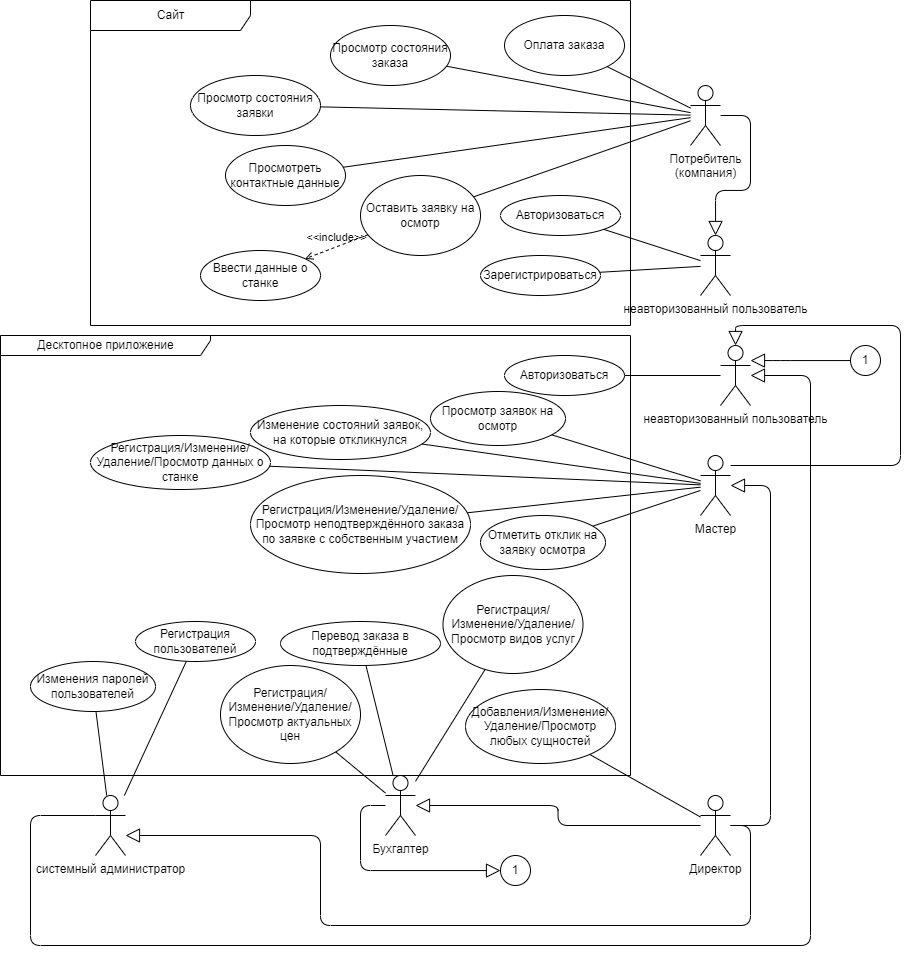
The draw.io diagram UML_USECASE_diag.png in jecsonM/TRPO4course-, before a commit. Source tidied: cells renumbered, new cells last; positions are measured from the earlier drawing's top-left corner, leaving out a move shared by most shapes.
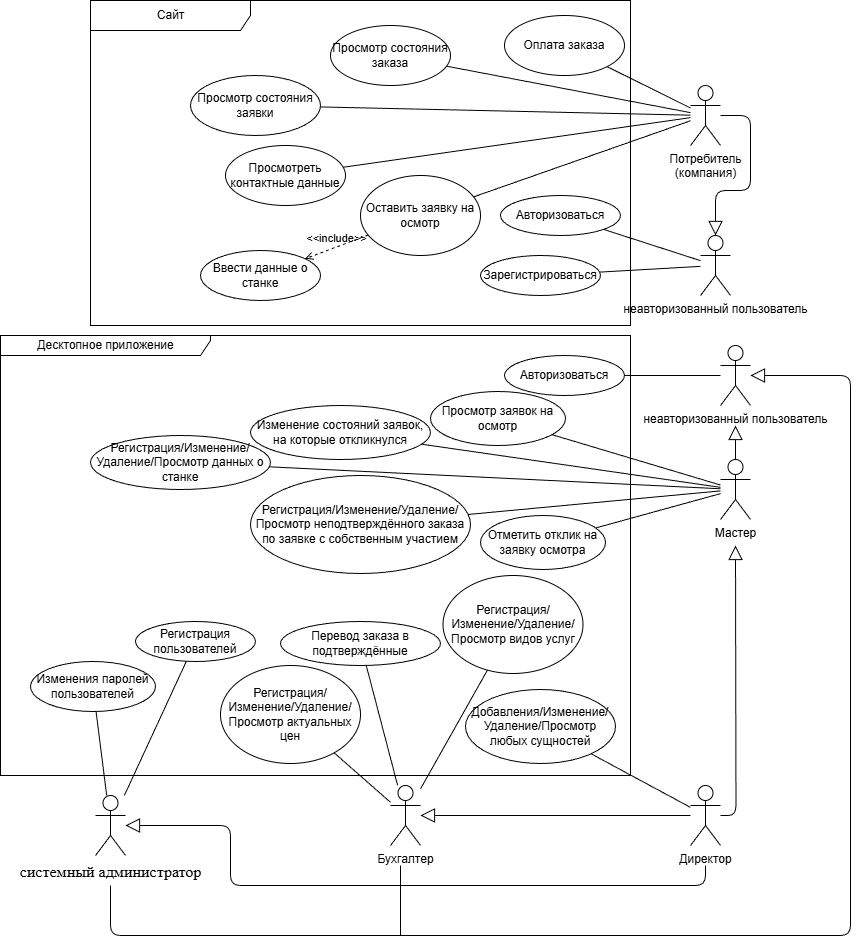
After the change.

What changed in the source:
```diff
@@ -72,7 +72,7 @@
       <mxGeometry relative="1" as="geometry" />
     </mxCell>
     <mxCell id="25" value="Мастер" style="shape=umlActor;verticalLabelPosition=bottom;verticalAlign=top;html=1;" parent="1" vertex="1">
-      <mxGeometry x="700" y="455" width="30" height="60" as="geometry" />
+      <mxGeometry x="720" y="459" width="30" height="60" as="geometry" />
     </mxCell>
     <mxCell id="26" style="edgeStyle=none;html=1;endArrow=none;endFill=0;" parent="1" edge="1" source="28" target="29">
       <mxGeometry relative="1" as="geometry" />
@@ -111,7 +111,7 @@
       <mxGeometry relative="1" as="geometry" />
     </mxCell>
     <mxCell id="38" value="Бухгалтер" style="shape=umlActor;verticalLabelPosition=bottom;verticalAlign=top;html=1;" parent="1" vertex="1">
-      <mxGeometry x="385" y="775" width="30" height="60" as="geometry" />
+      <mxGeometry x="390" y="785" width="30" height="60" as="geometry" />
     </mxCell>
     <mxCell id="39" value="&lt;span style=&quot;&quot;&gt;Перевод заказа в подтверждённые&lt;/span&gt;" style="ellipse;whiteSpace=wrap;html=1;fillColor=none;" parent="1" vertex="1">
       <mxGeometry x="280" y="621" width="160" height="44" as="geometry" />
@@ -144,27 +144,24 @@
       <mxGeometry relative="1" as="geometry" />
     </mxCell>
     <mxCell id="49" value="&lt;span&gt;Директор&lt;/span&gt;" style="shape=umlActor;verticalLabelPosition=bottom;verticalAlign=top;html=1;" parent="1" vertex="1">
-      <mxGeometry x="700" y="795" width="30" height="60" as="geometry" />
+      <mxGeometry x="690" y="785" width="30" height="60" as="geometry" />
     </mxCell>
-    <mxCell id="50" style="edgeStyle=orthogonalEdgeStyle;html=1;endSize=12;endArrow=block;endFill=0;" parent="1" edge="1" source="49" target="28">
+    <mxCell id="50" style="edgeStyle=orthogonalEdgeStyle;html=1;endSize=12;endArrow=block;endFill=0;" parent="1" edge="1" target="28">
       <mxGeometry relative="1" as="geometry">
+        <mxPoint x="705" y="865" as="sourcePoint" />
         <Array as="points">
-          <mxPoint x="750" y="825" />
-          <mxPoint x="750" y="925" />
-          <mxPoint x="320" y="925" />
-          <mxPoint x="320" y="835" />
+          <mxPoint x="705" y="885" />
+          <mxPoint x="230" y="885" />
+          <mxPoint x="230" y="825" />
         </Array>
       </mxGeometry>
     </mxCell>
     <mxCell id="51" style="edgeStyle=orthogonalEdgeStyle;html=1;endSize=12;endArrow=block;endFill=0;" parent="1" edge="1" source="49" target="38">
       <mxGeometry relative="1" as="geometry" />
     </mxCell>
-    <mxCell id="52" style="edgeStyle=orthogonalEdgeStyle;html=1;endSize=12;endArrow=block;endFill=0;" parent="1" edge="1" source="49" target="25">
+    <mxCell id="52" style="edgeStyle=orthogonalEdgeStyle;html=1;endSize=12;endArrow=block;endFill=0;" parent="1" edge="1" source="49">
       <mxGeometry relative="1" as="geometry">
-        <Array as="points">
-          <mxPoint x="770" y="825" />
-          <mxPoint x="770" y="485" />
-        </Array>
+        <mxPoint x="735" y="545" as="targetPoint" />
       </mxGeometry>
     </mxCell>
     <mxCell id="53" value="&lt;span style=&quot;&quot;&gt;Добавления/Изменение/Удаление/Просмотр любых сущностей&lt;/span&gt;" style="ellipse;whiteSpace=wrap;html=1;fillColor=none;" parent="1" vertex="1">
@@ -179,46 +176,26 @@
         </Array>
       </mxGeometry>
     </mxCell>
-    <mxCell id="55" value="1" style="ellipse;whiteSpace=wrap;html=1;" parent="1" vertex="1">
-      <mxGeometry x="500" y="855" width="30" height="30" as="geometry" />
-    </mxCell>
-    <mxCell id="56" value="1" style="ellipse;whiteSpace=wrap;html=1;" parent="1" vertex="1">
-      <mxGeometry x="850" y="345" width="30" height="30" as="geometry" />
-    </mxCell>
-    <mxCell id="57" style="edgeStyle=orthogonalEdgeStyle;html=1;endSize=12;endArrow=block;endFill=0;" parent="1" edge="1" source="38" target="55">
-      <mxGeometry relative="1" as="geometry">
-        <Array as="points">
-          <mxPoint x="360" y="805" />
-          <mxPoint x="360" y="870" />
-        </Array>
-      </mxGeometry>
-    </mxCell>
-    <mxCell id="58" style="edgeStyle=orthogonalEdgeStyle;html=1;endSize=12;endArrow=block;endFill=0;" parent="1" edge="1" source="56" target="18">
-      <mxGeometry relative="1" as="geometry">
-        <Array as="points">
-          <mxPoint x="780" y="360" />
-          <mxPoint x="780" y="360" />
-        </Array>
-      </mxGeometry>
-    </mxCell>
-    <mxCell id="59" style="edgeStyle=orthogonalEdgeStyle;html=1;endSize=12;endArrow=block;endFill=0;" parent="1" edge="1" source="25" target="18">
+    <mxCell id="59" style="edgeStyle=orthogonalEdgeStyle;html=1;endSize=12;endArrow=block;endFill=0;" parent="1" edge="1" source="25">
       <mxGeometry relative="1" as="geometry">
-        <Array as="points">
-          <mxPoint x="900" y="465" />
-          <mxPoint x="900" y="325" />
-          <mxPoint x="735" y="325" />
-        </Array>
+        <mxPoint x="735" y="425" as="targetPoint" />
       </mxGeometry>
     </mxCell>
-    <mxCell id="60" style="edgeStyle=orthogonalEdgeStyle;html=1;endSize=12;endArrow=block;endFill=0;" parent="1" edge="1" source="28" target="18">
+    <mxCell id="60" style="edgeStyle=orthogonalEdgeStyle;html=1;endSize=12;endArrow=block;endFill=0;" parent="1" edge="1" target="18">
       <mxGeometry relative="1" as="geometry">
+        <mxPoint x="110" y="885" as="sourcePoint" />
         <Array as="points">
-          <mxPoint x="30" y="815" />
-          <mxPoint x="30" y="945" />
-          <mxPoint x="810" y="945" />
-          <mxPoint x="810" y="375" />
+          <mxPoint x="110" y="935" />
+          <mxPoint x="850" y="935" />
+          <mxPoint x="850" y="375" />
         </Array>
       </mxGeometry>
     </mxCell>
+    <mxCell id="61" style="edgeStyle=none;orthogonalLoop=1;jettySize=auto;html=1;endArrow=none;endFill=0;" parent="1" edge="1">
+      <mxGeometry relative="1" as="geometry">
+        <mxPoint x="400" y="865" as="sourcePoint" />
+        <mxPoint x="400" y="935" as="targetPoint" />
+      </mxGeometry>
+    </mxCell>
   </root>
 </mxGraphModel>
```
